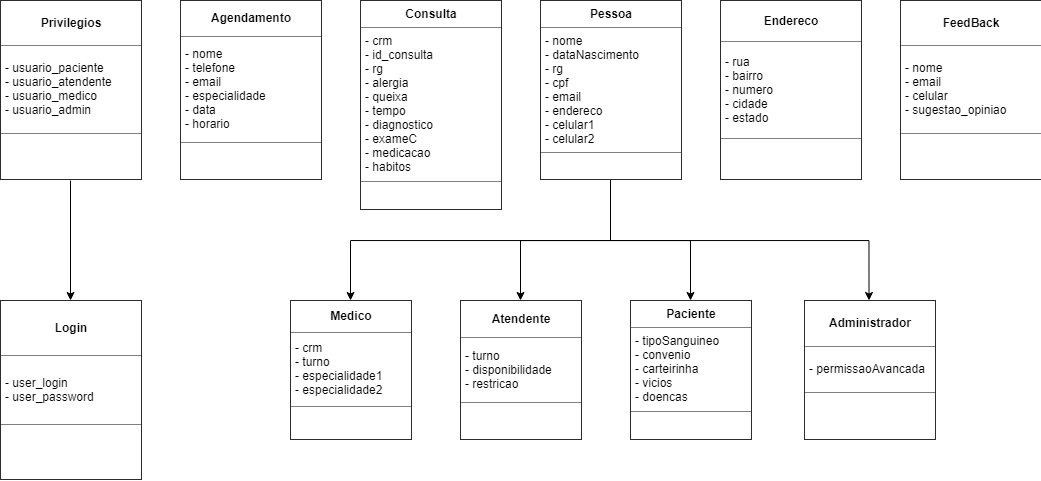
Above: Documentos/UML de Classes/Diagrama_Classes_UML.png in GabrielNogueiraBR/ClinCode-Sistema-para-Clinicas (draw.io), before the change. Source tidied: cells renumbered, new cells last; positions are measured from the earlier drawing's top-left corner, leaving out a move shared by most shapes.
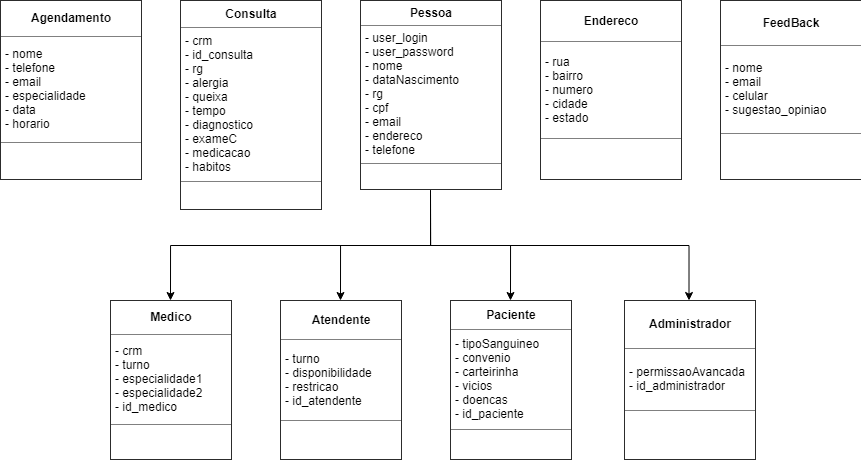
The same diagram one commit later.

Change to the diagram source:
```diff
@@ -14,20 +14,20 @@
     <mxCell id="5" style="edgeStyle=orthogonalEdgeStyle;rounded=0;jettySize=auto;html=1;exitX=0.5;exitY=1;exitDx=0;exitDy=0;entryX=0.5;entryY=0;entryDx=0;entryDy=0;" parent="1" edge="1" source="6" target="10">
       <mxGeometry relative="1" as="geometry" />
     </mxCell>
-    <mxCell id="6" value="&lt;table border=&quot;1&quot; width=&quot;100%&quot; cellpadding=&quot;4&quot; style=&quot;width: 100% ; height: 100% ; border-collapse: collapse&quot;&gt;&lt;tbody&gt;&lt;tr&gt;&lt;th align=&quot;center&quot;&gt;Pessoa&lt;/th&gt;&lt;/tr&gt;&lt;tr&gt;&lt;td&gt;- nome&lt;br&gt;- dataNascimento&lt;br&gt;- rg&lt;br&gt;- cpf&lt;br&gt;- email&lt;br&gt;- endereco&lt;br&gt;- celular1&lt;br&gt;- celular2&lt;/td&gt;&lt;/tr&gt;&lt;tr&gt;&lt;td align=&quot;center&quot;&gt;&lt;br&gt;&lt;/td&gt;&lt;/tr&gt;&lt;/tbody&gt;&lt;/table&gt;" style="text;html=1;strokeColor=none;fillColor=none;overflow=fill;" parent="1" vertex="1">
-      <mxGeometry x="540" width="140" height="180" as="geometry" />
+    <mxCell id="6" value="&lt;table border=&quot;1&quot; width=&quot;100%&quot; cellpadding=&quot;4&quot; style=&quot;width: 100% ; height: 100% ; border-collapse: collapse&quot;&gt;&lt;tbody&gt;&lt;tr&gt;&lt;th align=&quot;center&quot;&gt;Pessoa&lt;/th&gt;&lt;/tr&gt;&lt;tr&gt;&lt;td&gt;- user_login&lt;br&gt;- user_password&lt;br&gt;- nome&lt;br&gt;- dataNascimento&lt;br&gt;- rg&lt;br&gt;- cpf&lt;br&gt;- email&lt;br&gt;- endereco&lt;br&gt;- telefone&lt;br&gt;&lt;/td&gt;&lt;/tr&gt;&lt;tr&gt;&lt;td align=&quot;center&quot;&gt;&lt;br&gt;&lt;/td&gt;&lt;/tr&gt;&lt;/tbody&gt;&lt;/table&gt;" style="text;html=1;strokeColor=none;fillColor=none;overflow=fill;" parent="1" vertex="1">
+      <mxGeometry x="540" width="140" height="190" as="geometry" />
     </mxCell>
-    <mxCell id="7" value="&lt;table border=&quot;1&quot; width=&quot;100%&quot; cellpadding=&quot;4&quot; style=&quot;width: 100% ; height: 100% ; border-collapse: collapse&quot;&gt;&lt;tbody&gt;&lt;tr&gt;&lt;th align=&quot;center&quot;&gt;Medico&lt;/th&gt;&lt;/tr&gt;&lt;tr&gt;&lt;td&gt;- crm&lt;br&gt;- turno&lt;br&gt;- especialidade1&lt;br&gt;- especialidade2&lt;/td&gt;&lt;/tr&gt;&lt;tr&gt;&lt;td align=&quot;center&quot;&gt;&lt;br&gt;&lt;/td&gt;&lt;/tr&gt;&lt;/tbody&gt;&lt;/table&gt;" style="text;html=1;strokeColor=none;fillColor=none;overflow=fill;" parent="1" vertex="1">
-      <mxGeometry x="290" y="300" width="120" height="140" as="geometry" />
+    <mxCell id="7" value="&lt;table border=&quot;1&quot; width=&quot;100%&quot; cellpadding=&quot;4&quot; style=&quot;width: 100% ; height: 100% ; border-collapse: collapse&quot;&gt;&lt;tbody&gt;&lt;tr&gt;&lt;th align=&quot;center&quot;&gt;Medico&lt;/th&gt;&lt;/tr&gt;&lt;tr&gt;&lt;td&gt;- crm&lt;br&gt;- turno&lt;br&gt;- especialidade1&lt;br&gt;- especialidade2&lt;br&gt;- id_medico&lt;/td&gt;&lt;/tr&gt;&lt;tr&gt;&lt;td align=&quot;center&quot;&gt;&lt;br&gt;&lt;/td&gt;&lt;/tr&gt;&lt;/tbody&gt;&lt;/table&gt;" style="text;html=1;strokeColor=none;fillColor=none;overflow=fill;" parent="1" vertex="1">
+      <mxGeometry x="290" y="300" width="120" height="160" as="geometry" />
     </mxCell>
-    <mxCell id="8" value="&lt;table border=&quot;1&quot; width=&quot;100%&quot; cellpadding=&quot;4&quot; style=&quot;width: 100% ; height: 100% ; border-collapse: collapse&quot;&gt;&lt;tbody&gt;&lt;tr&gt;&lt;th align=&quot;center&quot;&gt;Atendente&lt;/th&gt;&lt;/tr&gt;&lt;tr&gt;&lt;td&gt;- turno&lt;br&gt;- disponibilidade&lt;br&gt;- restricao&lt;br&gt;&lt;/td&gt;&lt;/tr&gt;&lt;tr&gt;&lt;td align=&quot;center&quot;&gt;&lt;br&gt;&lt;/td&gt;&lt;/tr&gt;&lt;/tbody&gt;&lt;/table&gt;" style="text;html=1;strokeColor=none;fillColor=none;overflow=fill;" parent="1" vertex="1">
-      <mxGeometry x="460" y="300" width="120" height="140" as="geometry" />
+    <mxCell id="8" value="&lt;table border=&quot;1&quot; width=&quot;100%&quot; cellpadding=&quot;4&quot; style=&quot;width: 100% ; height: 100% ; border-collapse: collapse&quot;&gt;&lt;tbody&gt;&lt;tr&gt;&lt;th align=&quot;center&quot;&gt;Atendente&lt;/th&gt;&lt;/tr&gt;&lt;tr&gt;&lt;td&gt;- turno&lt;br&gt;- disponibilidade&lt;br&gt;- restricao&lt;br&gt;- id_atendente&lt;/td&gt;&lt;/tr&gt;&lt;tr&gt;&lt;td align=&quot;center&quot;&gt;&lt;br&gt;&lt;/td&gt;&lt;/tr&gt;&lt;/tbody&gt;&lt;/table&gt;" style="text;html=1;strokeColor=none;fillColor=none;overflow=fill;" parent="1" vertex="1">
+      <mxGeometry x="460" y="300" width="120" height="160" as="geometry" />
     </mxCell>
-    <mxCell id="9" value="&lt;table border=&quot;1&quot; width=&quot;100%&quot; cellpadding=&quot;4&quot; style=&quot;width: 100% ; height: 100% ; border-collapse: collapse&quot;&gt;&lt;tbody&gt;&lt;tr&gt;&lt;th align=&quot;center&quot;&gt;Paciente&lt;br&gt;&lt;/th&gt;&lt;/tr&gt;&lt;tr&gt;&lt;td&gt;- tipoSanguineo&lt;br&gt;- convenio&lt;br&gt;- carteirinha&lt;br&gt;- vicios&lt;br&gt;- doencas&lt;br&gt;&lt;/td&gt;&lt;/tr&gt;&lt;tr&gt;&lt;td align=&quot;center&quot;&gt;&lt;br&gt;&lt;/td&gt;&lt;/tr&gt;&lt;/tbody&gt;&lt;/table&gt;" style="text;html=1;strokeColor=none;fillColor=none;overflow=fill;" parent="1" vertex="1">
-      <mxGeometry x="630" y="300" width="120" height="140" as="geometry" />
+    <mxCell id="9" value="&lt;table border=&quot;1&quot; width=&quot;100%&quot; cellpadding=&quot;4&quot; style=&quot;width: 100% ; height: 100% ; border-collapse: collapse&quot;&gt;&lt;tbody&gt;&lt;tr&gt;&lt;th align=&quot;center&quot;&gt;Paciente&lt;br&gt;&lt;/th&gt;&lt;/tr&gt;&lt;tr&gt;&lt;td&gt;- tipoSanguineo&lt;br&gt;- convenio&lt;br&gt;- carteirinha&lt;br&gt;- vicios&lt;br&gt;- doencas&lt;br&gt;- id_paciente&lt;br&gt;&lt;/td&gt;&lt;/tr&gt;&lt;tr&gt;&lt;td align=&quot;center&quot;&gt;&lt;br&gt;&lt;/td&gt;&lt;/tr&gt;&lt;/tbody&gt;&lt;/table&gt;" style="text;html=1;strokeColor=none;fillColor=none;overflow=fill;" parent="1" vertex="1">
+      <mxGeometry x="630" y="300" width="120" height="160" as="geometry" />
     </mxCell>
-    <mxCell id="10" value="&lt;table border=&quot;1&quot; width=&quot;100%&quot; cellpadding=&quot;4&quot; style=&quot;width: 100% ; height: 100% ; border-collapse: collapse&quot;&gt;&lt;tbody&gt;&lt;tr&gt;&lt;th align=&quot;center&quot;&gt;Administrador&lt;br&gt;&lt;/th&gt;&lt;/tr&gt;&lt;tr&gt;&lt;td&gt;- permissaoAvancada&lt;br&gt;&lt;/td&gt;&lt;/tr&gt;&lt;tr&gt;&lt;td align=&quot;center&quot;&gt;&lt;br&gt;&lt;/td&gt;&lt;/tr&gt;&lt;/tbody&gt;&lt;/table&gt;" style="text;html=1;strokeColor=none;fillColor=none;overflow=fill;" parent="1" vertex="1">
-      <mxGeometry x="803.5" y="300" width="130" height="140" as="geometry" />
+    <mxCell id="10" value="&lt;table border=&quot;1&quot; width=&quot;100%&quot; cellpadding=&quot;4&quot; style=&quot;width: 100% ; height: 100% ; border-collapse: collapse&quot;&gt;&lt;tbody&gt;&lt;tr&gt;&lt;th align=&quot;center&quot;&gt;Administrador&lt;br&gt;&lt;/th&gt;&lt;/tr&gt;&lt;tr&gt;&lt;td&gt;- permissaoAvancada&lt;br&gt;- id_administrador&lt;/td&gt;&lt;/tr&gt;&lt;tr&gt;&lt;td align=&quot;center&quot;&gt;&lt;br&gt;&lt;/td&gt;&lt;/tr&gt;&lt;/tbody&gt;&lt;/table&gt;" style="text;html=1;strokeColor=none;fillColor=none;overflow=fill;" parent="1" vertex="1">
+      <mxGeometry x="803.5" y="300" width="130" height="160" as="geometry" />
     </mxCell>
     <mxCell id="11" value="&lt;table border=&quot;1&quot; width=&quot;100%&quot; cellpadding=&quot;4&quot; style=&quot;width: 100% ; height: 100% ; border-collapse: collapse&quot;&gt;&lt;tbody&gt;&lt;tr&gt;&lt;th align=&quot;center&quot;&gt;Agendamento&lt;/th&gt;&lt;/tr&gt;&lt;tr&gt;&lt;td&gt;- nome&lt;br&gt;- telefone&lt;br&gt;- email&lt;br&gt;- especialidade&lt;br&gt;- data&lt;br&gt;- horario&lt;/td&gt;&lt;/tr&gt;&lt;tr&gt;&lt;td align=&quot;center&quot;&gt;&lt;br&gt;&lt;/td&gt;&lt;/tr&gt;&lt;/tbody&gt;&lt;/table&gt;" style="text;html=1;strokeColor=none;fillColor=none;overflow=fill;" parent="1" vertex="1">
       <mxGeometry x="180" width="140" height="180" as="geometry" />
@@ -41,14 +41,5 @@
     <mxCell id="14" value="&lt;table border=&quot;1&quot; width=&quot;100%&quot; cellpadding=&quot;4&quot; style=&quot;width: 100% ; height: 100% ; border-collapse: collapse&quot;&gt;&lt;tbody&gt;&lt;tr&gt;&lt;th align=&quot;center&quot;&gt;FeedBack&lt;/th&gt;&lt;/tr&gt;&lt;tr&gt;&lt;td&gt;- nome&lt;br&gt;- email&lt;br&gt;- celular&lt;br&gt;- sugestao_opiniao&lt;/td&gt;&lt;/tr&gt;&lt;tr&gt;&lt;td align=&quot;center&quot;&gt;&lt;br&gt;&lt;/td&gt;&lt;/tr&gt;&lt;/tbody&gt;&lt;/table&gt;" style="text;html=1;strokeColor=none;fillColor=none;overflow=fill;" parent="1" vertex="1">
       <mxGeometry x="900" width="140" height="180" as="geometry" />
     </mxCell>
-    <mxCell id="15" style="edgeStyle=orthogonalEdgeStyle;rounded=0;jettySize=auto;html=1;exitX=0.5;exitY=1;exitDx=0;exitDy=0;entryX=0.5;entryY=0;entryDx=0;entryDy=0;" parent="1" edge="1" source="16" target="17">
-      <mxGeometry relative="1" as="geometry" />
-    </mxCell>
-    <mxCell id="16" value="&lt;table border=&quot;1&quot; width=&quot;100%&quot; cellpadding=&quot;4&quot; style=&quot;width: 100% ; height: 100% ; border-collapse: collapse&quot;&gt;&lt;tbody&gt;&lt;tr&gt;&lt;th align=&quot;center&quot;&gt;Privilegios&lt;/th&gt;&lt;/tr&gt;&lt;tr&gt;&lt;td&gt;- usuario_paciente&lt;br&gt;- usuario_atendente&lt;br&gt;- usuario_medico&lt;br&gt;- usuario_admin&lt;/td&gt;&lt;/tr&gt;&lt;tr&gt;&lt;td align=&quot;center&quot;&gt;&lt;br&gt;&lt;/td&gt;&lt;/tr&gt;&lt;/tbody&gt;&lt;/table&gt;" style="text;html=1;strokeColor=none;fillColor=none;overflow=fill;" parent="1" vertex="1">
-      <mxGeometry width="140" height="180" as="geometry" />
-    </mxCell>
-    <mxCell id="17" value="&lt;table border=&quot;1&quot; width=&quot;100%&quot; cellpadding=&quot;4&quot; style=&quot;width: 100% ; height: 100% ; border-collapse: collapse&quot;&gt;&lt;tbody&gt;&lt;tr&gt;&lt;th align=&quot;center&quot;&gt;Login&lt;/th&gt;&lt;/tr&gt;&lt;tr&gt;&lt;td&gt;- user_login&lt;br&gt;- user_password&lt;/td&gt;&lt;/tr&gt;&lt;tr&gt;&lt;td align=&quot;center&quot;&gt;&lt;br&gt;&lt;/td&gt;&lt;/tr&gt;&lt;/tbody&gt;&lt;/table&gt;" style="text;html=1;strokeColor=none;fillColor=none;overflow=fill;" parent="1" vertex="1">
-      <mxGeometry y="300" width="140" height="180" as="geometry" />
-    </mxCell>
   </root>
 </mxGraphModel>
```
